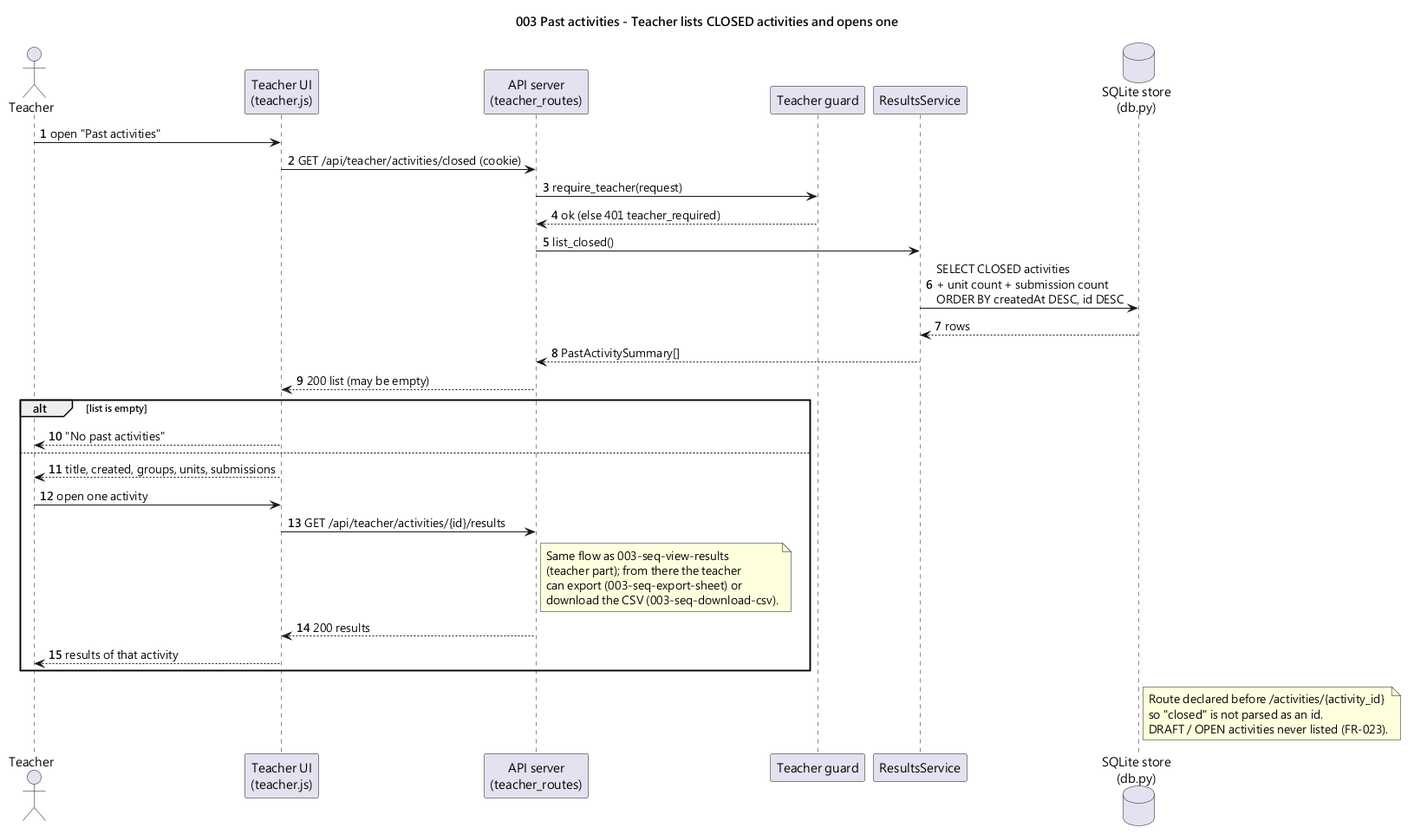
Earlier version of the PlantUML export diagrams/003-seq-past-activities.png (WasabiSaikou/quiz-buzzer).
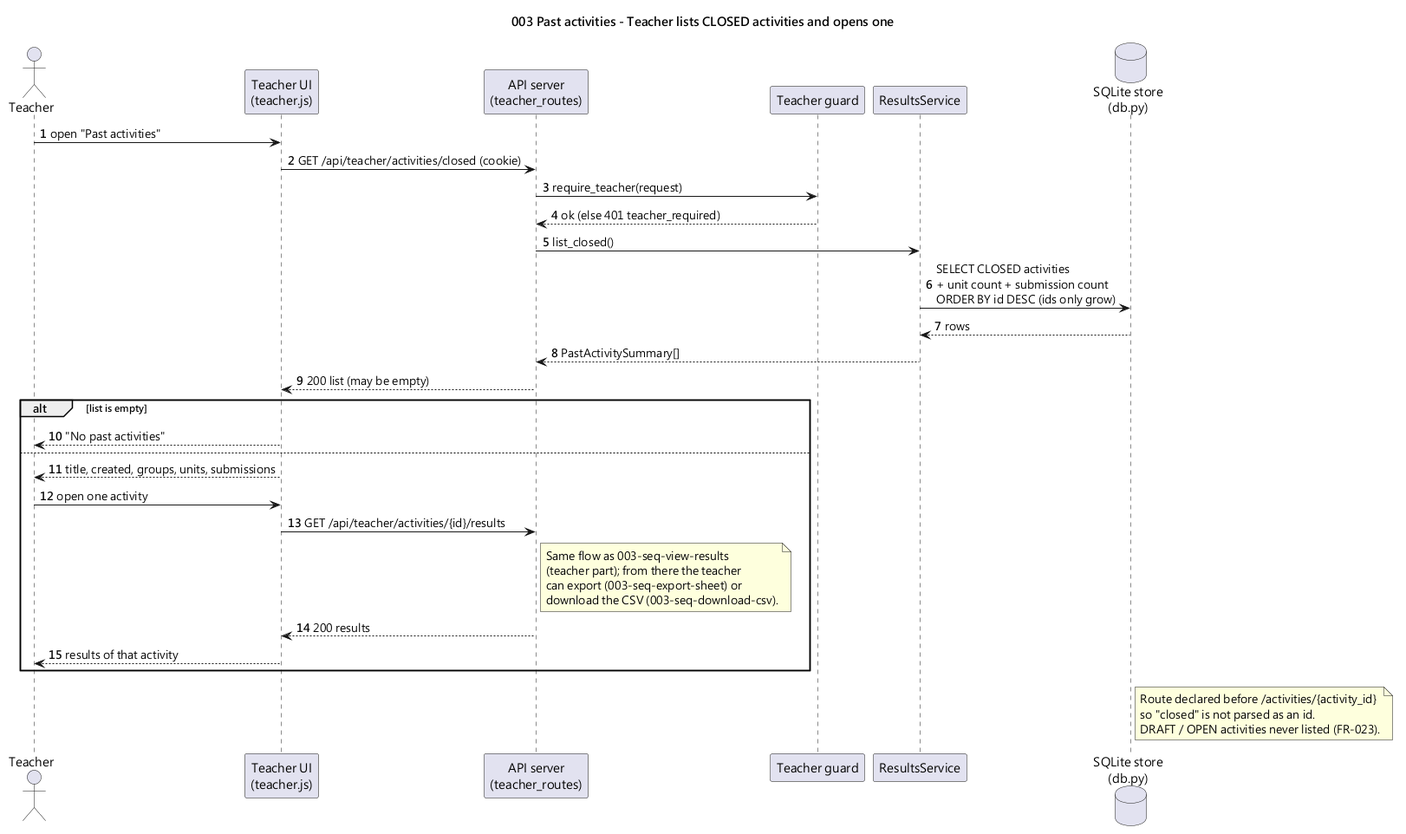
The same file after the commit.

What changed in the source:
```diff
@@ -17,7 +17,7 @@
 API -> AUTH : require_teacher(request)
 AUTH --> API : ok (else 401 teacher_required)
 API -> RES : list_closed()
-RES -> DB : SELECT CLOSED activities\n+ unit count + submission count\nORDER BY createdAt DESC, id DESC
+RES -> DB : SELECT CLOSED activities\n+ unit count + submission count\nORDER BY id DESC (ids only grow)
 DB --> RES : rows
 RES --> API : PastActivitySummary[]
 API --> TUI : 200 list (may be empty)
```
